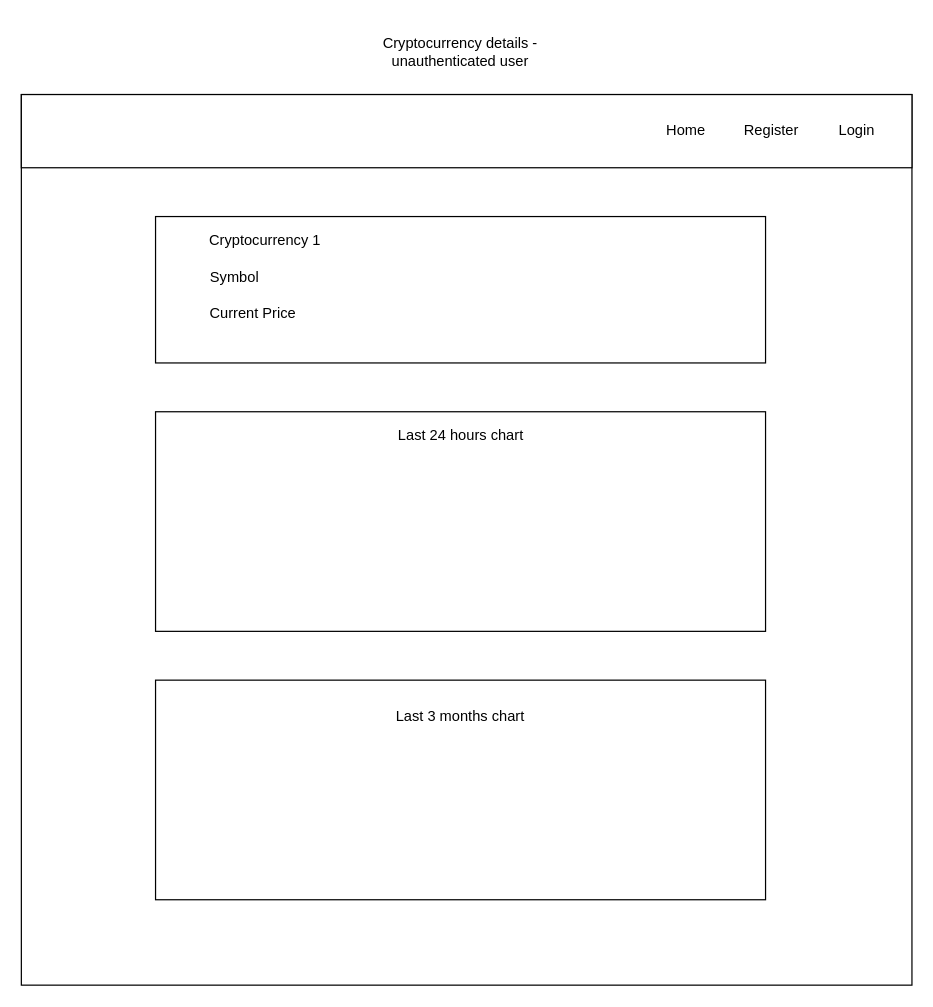
The draw.io diagram page "Cryptocurrency details-unauthenticated" (2 of 8) of Crypto-tracker-wireframe.drawio in 200914ROC2/Crypto-Tracker, before the edit. Source tidied: cells renumbered, new cells numbered last; positions are measured from the earlier drawing's top-left corner, leaving out a move shared by most shapes. Both pictures are drawn from the tidied source at 122%, with x=0, y=0 at pixel (21, 21).
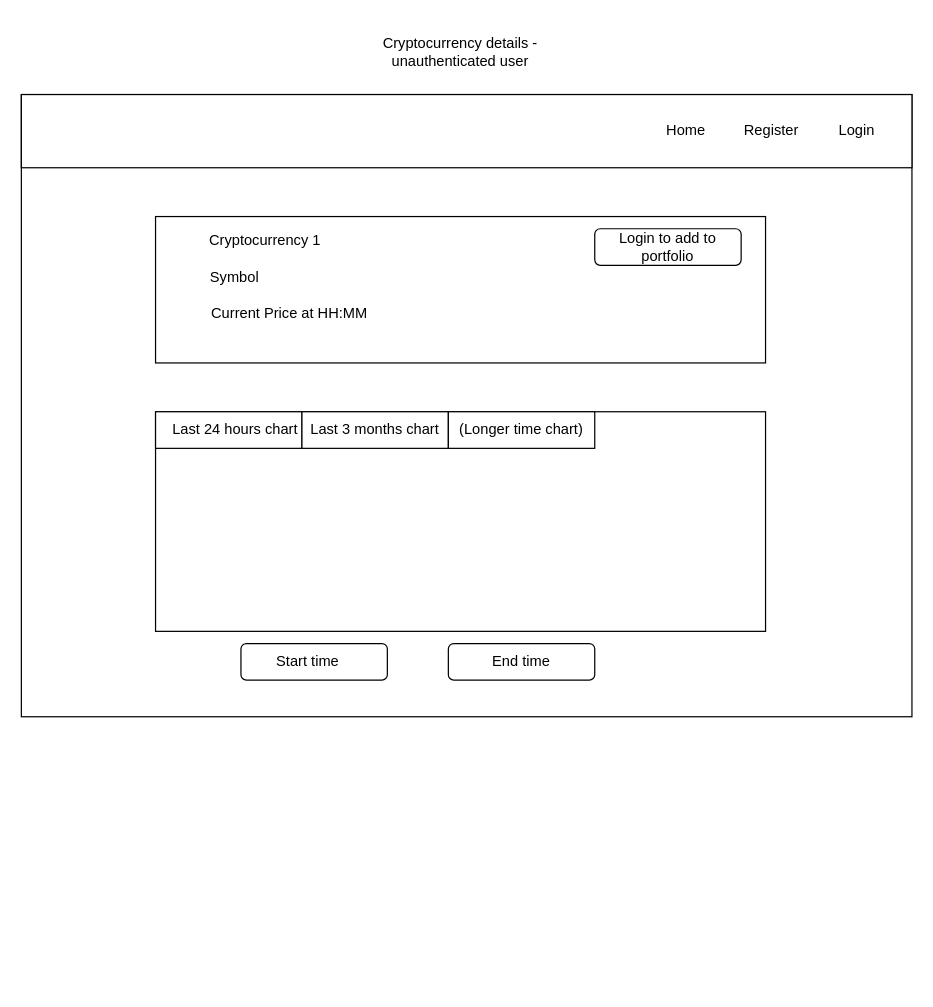
After the change.

What changed in the source:
```diff
@@
     <mxCell id="2" style="rounded=0;whiteSpace=wrap;html=1;" parent="1" vertex="1">
-      <mxGeometry y="60" width="730" height="730" as="geometry" />
+      <mxGeometry y="60" width="730" height="510" as="geometry" />
     </mxCell>
@@
-    <mxCell id="11" value="Current Price" style="text;html=1;strokeColor=none;fillColor=none;align=center;verticalAlign=middle;whiteSpace=wrap;rounded=0;" parent="1" vertex="1">
-      <mxGeometry x="140" y="220" width="100" height="40" as="geometry" />
+    <mxCell id="11" value="Current Price at HH:MM" style="text;html=1;strokeColor=none;fillColor=none;align=center;verticalAlign=middle;whiteSpace=wrap;rounded=0;" parent="1" vertex="1">
+      <mxGeometry x="140" y="220" width="160" height="40" as="geometry" />
     </mxCell>
@@
+    <mxCell id="16" style="rounded=0;whiteSpace=wrap;html=1;" parent="1" vertex="1">
+      <mxGeometry x="110" y="320" width="120" height="30" as="geometry" />
+    </mxCell>
     <mxCell id="13" value="Last 24 hours chart" style="text;html=1;strokeColor=none;fillColor=none;align=center;verticalAlign=middle;whiteSpace=wrap;rounded=0;" parent="1" vertex="1">
-      <mxGeometry x="277.5" y="330" width="165" height="20" as="geometry" />
+      <mxGeometry x="92.5" y="325" width="165" height="20" as="geometry" />
     </mxCell>
-    <mxCell id="14" style="rounded=0;whiteSpace=wrap;html=1;" parent="1" vertex="1">
-      <mxGeometry x="110" y="540" width="500" height="180" as="geometry" />
-    </mxCell>
+    <mxCell id="17" style="rounded=0;whiteSpace=wrap;html=1;" parent="1" vertex="1">
+      <mxGeometry x="230" y="320" width="120" height="30" as="geometry" />
+    </mxCell>
     <mxCell id="15" value="Last 3 months chart" style="text;html=1;strokeColor=none;fillColor=none;align=center;verticalAlign=middle;whiteSpace=wrap;rounded=0;" parent="1" vertex="1">
-      <mxGeometry x="290" y="560" width="140" height="20" as="geometry" />
+      <mxGeometry x="220" y="325" width="140" height="20" as="geometry" />
     </mxCell>
+    <mxCell id="18" style="rounded=0;whiteSpace=wrap;html=1;" parent="1" vertex="1">
+      <mxGeometry x="350" y="320" width="120" height="30" as="geometry" />
+    </mxCell>
+    <mxCell id="19" value="(Longer time chart)" style="text;html=1;strokeColor=none;fillColor=none;align=center;verticalAlign=middle;whiteSpace=wrap;rounded=0;" parent="1" vertex="1">
+      <mxGeometry x="350" y="325" width="120" height="20" as="geometry" />
+    </mxCell>
+    <mxCell id="20" style="rounded=1;whiteSpace=wrap;html=1;" parent="1" vertex="1">
+      <mxGeometry x="180" y="510" width="120" height="30" as="geometry" />
+    </mxCell>
+    <mxCell id="21" style="rounded=1;whiteSpace=wrap;html=1;" parent="1" vertex="1">
+      <mxGeometry x="350" y="510" width="120" height="30" as="geometry" />
+    </mxCell>
+    <mxCell id="22" value="Start time" style="text;html=1;strokeColor=none;fillColor=none;align=center;verticalAlign=middle;whiteSpace=wrap;rounded=0;" parent="1" vertex="1">
+      <mxGeometry x="190" y="515" width="90" height="20" as="geometry" />
+    </mxCell>
+    <mxCell id="23" value="End time" style="text;html=1;strokeColor=none;fillColor=none;align=center;verticalAlign=middle;whiteSpace=wrap;rounded=0;" parent="1" vertex="1">
+      <mxGeometry x="370" y="515" width="80" height="20" as="geometry" />
+    </mxCell>
+    <mxCell id="24" style="rounded=1;whiteSpace=wrap;html=1;" parent="1" vertex="1">
+      <mxGeometry x="470" y="170" width="120" height="30" as="geometry" />
+    </mxCell>
+    <mxCell id="25" value="Login to add to portfolio" style="text;html=1;strokeColor=none;fillColor=none;align=center;verticalAlign=middle;whiteSpace=wrap;rounded=0;" parent="1" vertex="1">
+      <mxGeometry x="480" y="175" width="100" height="20" as="geometry" />
+    </mxCell>
```
